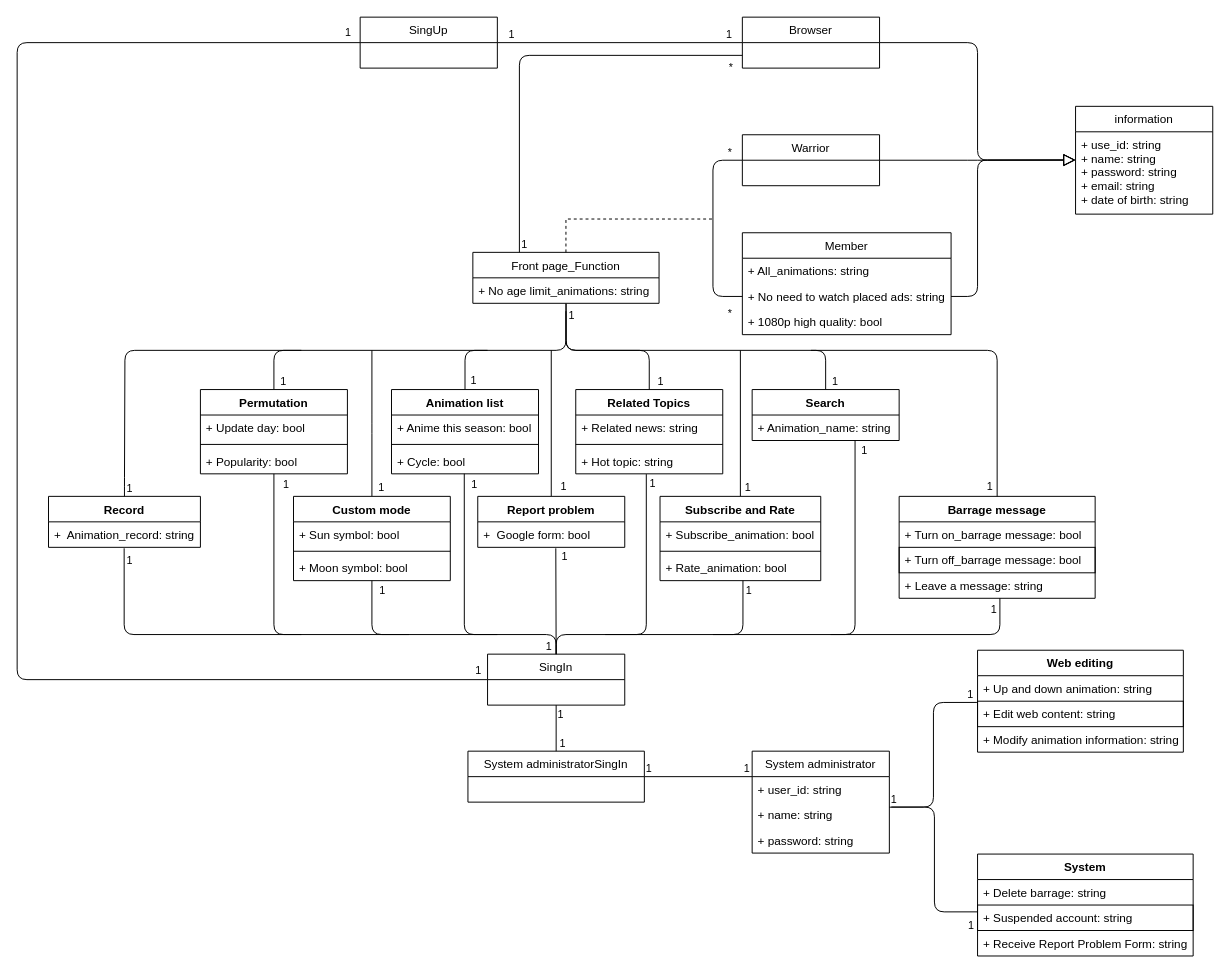
This is 109111114_object.drawio from 109111114/end-of-period, a draw.io file, before an edit. Source tidied: cells renumbered, new cells numbered last; positions are measured from the earlier drawing's top-left corner, leaving out a move shared by most shapes. Both pictures are drawn from the tidied source at 98%, with x=0, y=0 at pixel (17, 17).
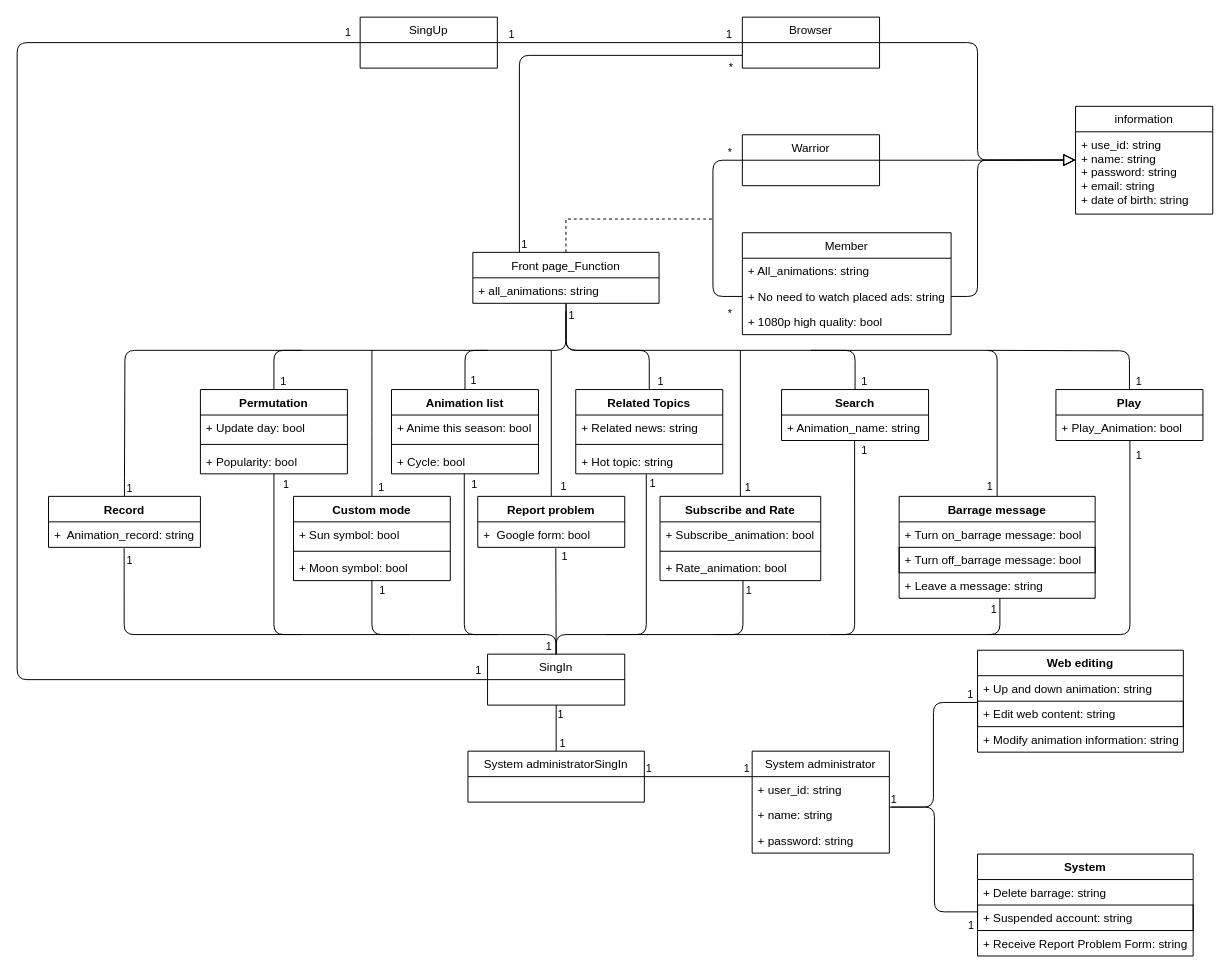
The same page after the edit.

Commit message (it also covers changes not shown here):
109111114 新增首頁功能 (修改事件表、使用案例、使用案例圖) 2022/6/19

The change refers to these unchanged cells:
```xml
<mxCell id="14" value="Front page_Function" style="swimlane;fontStyle=0;horizontal=1;startSize=26;fillColor=none;" parent="1" vertex="1">
  <mxGeometry x="465" y="240" width="190" height="52" as="geometry" />
</mxCell>
<mxCell id="51" value="+ Animation_name: string " style="text;strokeColor=none;fillColor=none;align=left;verticalAlign=top;spacingLeft=4;spacingRight=4;overflow=hidden;points=[[0,0.5],[1,0.5]];portConstraint=eastwest;" parent="50" vertex="1">
  <mxGeometry y="26" width="150" height="26" as="geometry" />
</mxCell>
```

The edit, as a diff of the source:
```diff
@@
-    <mxCell id="15" value="+ No age limit_animations: string " style="text;strokeColor=none;fillColor=none;align=left;verticalAlign=top;spacingLeft=4;spacingRight=4;overflow=hidden;points=[[0,0.5],[1,0.5]];portConstraint=eastwest;" parent="14" vertex="1">
+    <mxCell id="15" value="+ all_animations: string " style="text;strokeColor=none;fillColor=none;align=left;verticalAlign=top;spacingLeft=4;spacingRight=4;overflow=hidden;points=[[0,0.5],[1,0.5]];portConstraint=eastwest;" parent="14" vertex="1">
       <mxGeometry y="26" width="190" height="26" as="geometry" />
     </mxCell>
@@
-    <mxCell id="18" style="endArrow=none;html=1;edgeStyle=orthogonalEdgeStyle;rounded=1;entryX=0.5;entryY=0;entryDx=0;entryDy=0;exitX=0.501;exitY=1.022;exitDx=0;exitDy=0;exitPerimeter=0;" parent="1" edge="1" source="15" target="50">
+    <mxCell id="18" style="endArrow=none;html=1;edgeStyle=orthogonalEdgeStyle;rounded=1;entryX=0.5;entryY=0;entryDx=0;entryDy=0;exitX=0.501;exitY=1.022;exitDx=0;exitDy=0;exitPerimeter=0;" parent="1" edge="1">
       <mxGeometry relative="1" as="geometry">
+        <mxPoint x="560.2" y="292.6" as="sourcePoint" />
+        <mxPoint x="855" y="380" as="targetPoint" />
         <Array as="points">
           <mxPoint x="560" y="340" />
-          <mxPoint x="825" y="340" />
+          <mxPoint x="855" y="340" />
         </Array>
       </mxGeometry>
     </mxCell>
@@
     <mxCell id="50" value="Search" style="swimlane;fontStyle=1;align=center;verticalAlign=top;horizontal=1;startSize=26;" parent="1" vertex="1">
-      <mxGeometry x="750" y="380" width="150" height="52" as="geometry" />
+      <mxGeometry x="780" y="380" width="150" height="52" as="geometry" />
     </mxCell>
@@
-    <mxCell id="90" style="endArrow=none;html=1;edgeStyle=orthogonalEdgeStyle;rounded=1;entryX=0.7;entryY=0.982;entryDx=0;entryDy=0;entryPerimeter=0;" parent="1" edge="1" target="51">
+    <mxCell id="90" style="endArrow=none;html=1;edgeStyle=orthogonalEdgeStyle;rounded=1;entryX=0.497;entryY=1.011;entryDx=0;entryDy=0;entryPerimeter=0;" parent="1" edge="1" target="51">
       <mxGeometry relative="1" as="geometry">
         <mxPoint x="830" y="630" as="sourcePoint" />
         <Array as="points">
           <mxPoint x="855" y="630" />
         </Array>
       </mxGeometry>
     </mxCell>
@@
+    <mxCell id="122" value="Play" style="swimlane;fontStyle=1;align=center;verticalAlign=top;horizontal=1;startSize=26;" parent="1" vertex="1">
+      <mxGeometry x="1060" y="380" width="150" height="52" as="geometry" />
+    </mxCell>
+    <mxCell id="123" value="+ Play_Animation: bool " style="text;strokeColor=none;fillColor=none;align=left;verticalAlign=top;spacingLeft=4;spacingRight=4;overflow=hidden;points=[[0,0.5],[1,0.5]];portConstraint=eastwest;" parent="122" vertex="1">
+      <mxGeometry y="26" width="150" height="26" as="geometry" />
+    </mxCell>
+    <mxCell id="124" style="endArrow=none;html=1;edgeStyle=orthogonalEdgeStyle;rounded=1;entryX=0.5;entryY=0;entryDx=0;entryDy=0;strokeColor=default;" parent="1" edge="1" target="122">
+      <mxGeometry relative="1" as="geometry">
+        <mxPoint x="990" y="340" as="sourcePoint" />
+      </mxGeometry>
+    </mxCell>
+    <mxCell id="125" value="1" style="edgeLabel;html=1;align=left;verticalAlign=bottom;" parent="1" vertex="1">
+      <mxGeometry x="1140" y="380" as="geometry" />
+    </mxCell>
+    <mxCell id="126" style="endArrow=none;html=1;edgeStyle=orthogonalEdgeStyle;rounded=1;strokeColor=default;exitX=0.503;exitY=1.013;exitDx=0;exitDy=0;exitPerimeter=0;" parent="1" edge="1" source="123">
+      <mxGeometry relative="1" as="geometry">
+        <mxPoint x="990" y="630" as="targetPoint" />
+        <Array as="points">
+          <mxPoint x="1136" y="630" />
+        </Array>
+      </mxGeometry>
+    </mxCell>
+    <mxCell id="127" value="1" style="edgeLabel;html=1;align=left;verticalAlign=bottom;" parent="1" vertex="1">
+      <mxGeometry x="1140" y="455" as="geometry" />
+    </mxCell>
```
